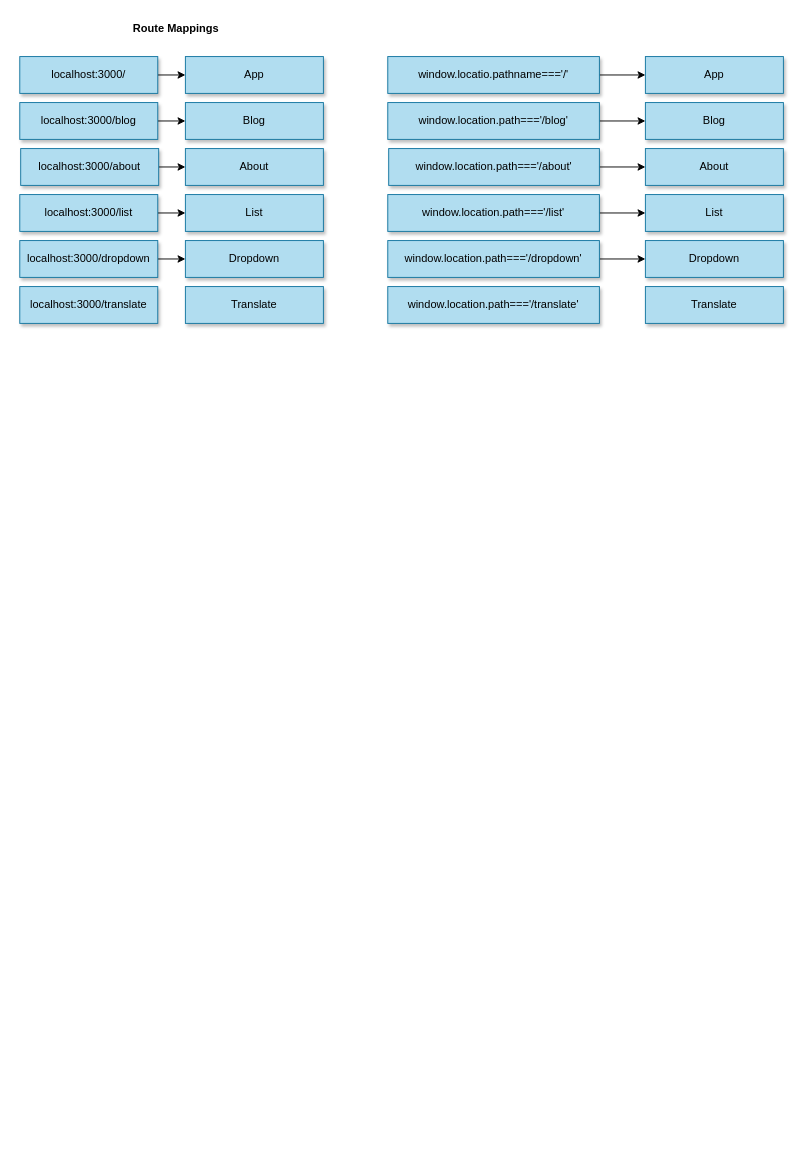
This is page "Navigation/Route Mappings" (3 of 5) of Porfolio App Diagram.drawio from khanhqthai/porfolio-app, a draw.io file, before an edit. Source tidied: cells renumbered, new cells numbered last; positions are measured from the earlier drawing's top-left corner, leaving out a move shared by most shapes. Both pictures are drawn from the tidied source at 92%, with x=0, y=0 at pixel (19, 19).
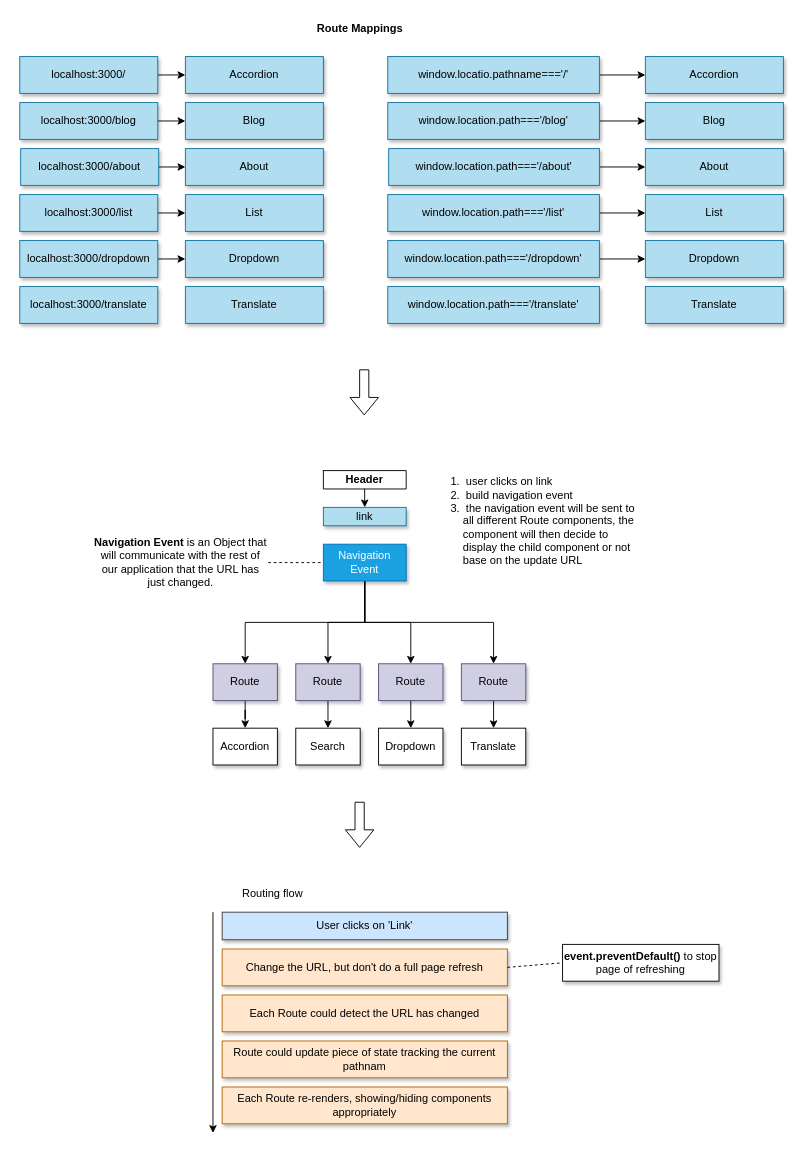
The same diagram, later.

Diff of the diagram source:
```diff
@@
     <mxCell id="2" value="&lt;b&gt;Route Mappings&lt;br&gt;&lt;/b&gt;" style="text;html=1;strokeColor=none;fillColor=none;align=center;verticalAlign=middle;whiteSpace=wrap;rounded=0;shadow=1;glass=0;sketch=0;" parent="1" vertex="1">
-      <mxGeometry x="70" width="200" height="20" as="geometry" />
+      <mxGeometry x="270" width="200" height="20" as="geometry" />
     </mxCell>
@@
-    <mxCell id="14" value="App" style="rounded=0;whiteSpace=wrap;html=1;shadow=1;glass=0;sketch=0;strokeColor=#10739e;fillColor=#b1ddf0;align=center;" parent="1" vertex="1">
+    <mxCell id="14" value="Accordion" style="rounded=0;whiteSpace=wrap;html=1;shadow=1;glass=0;sketch=0;strokeColor=#10739e;fillColor=#b1ddf0;align=center;" parent="1" vertex="1">
       <mxGeometry x="180" y="40" width="150" height="40" as="geometry" />
     </mxCell>
@@
-    <mxCell id="31" value="App" style="rounded=0;whiteSpace=wrap;html=1;shadow=1;glass=0;sketch=0;strokeColor=#10739e;fillColor=#b1ddf0;align=center;" parent="1" vertex="1">
+    <mxCell id="31" value="Accordion" style="rounded=0;whiteSpace=wrap;html=1;shadow=1;glass=0;sketch=0;strokeColor=#10739e;fillColor=#b1ddf0;align=center;" parent="1" vertex="1">
       <mxGeometry x="680" y="40" width="150" height="40" as="geometry" />
     </mxCell>
@@
+    <mxCell id="37" style="shape=table;html=1;whiteSpace=wrap;startSize=0;childLayout=tableLayout;" parent="1" vertex="1">
+      <mxGeometry x="330" y="490" width="90" height="20" as="geometry" />
+    </mxCell>
+    <mxCell id="38" style="shape=partialRectangle;html=1;whiteSpace=wrap;fillColor=none;top=0;left=0;bottom=0;right=0;points=[[0,0.5],[1,0.5]];portConstraint=eastwest;" parent="37" vertex="1">
+      <mxGeometry width="90" height="20" as="geometry" />
+    </mxCell>
+    <mxCell id="39" value="&lt;b&gt;Header&lt;/b&gt;" style="shape=partialRectangle;html=1;whiteSpace=wrap;overflow=hidden;fillColor=none;top=0;left=0;bottom=0;right=0;" parent="38" vertex="1">
+      <mxGeometry width="90" height="20" as="geometry" />
+    </mxCell>
+    <mxCell id="40" value="link" style="rounded=0;whiteSpace=wrap;html=1;shadow=1;glass=0;sketch=0;strokeColor=#10739e;fillColor=#b1ddf0;align=center;" parent="1" vertex="1">
+      <mxGeometry x="330" y="530" width="90" height="20" as="geometry" />
+    </mxCell>
+    <mxCell id="41" style="endArrow=classic;html=1;entryX=0.5;entryY=0;entryDx=0;entryDy=0;exitX=0.498;exitY=0.986;exitDx=0;exitDy=0;exitPerimeter=0;" parent="1" edge="1" source="38" target="40">
+      <mxGeometry relative="1" as="geometry" />
+    </mxCell>
+    <mxCell id="42" style="edgeStyle=orthogonalEdgeStyle;rounded=0;jettySize=auto;html=1;exitX=0.5;exitY=1;exitDx=0;exitDy=0;" parent="1" edge="1" source="43" target="50">
+      <mxGeometry relative="1" as="geometry" />
+    </mxCell>
+    <mxCell id="43" value="Route" style="rounded=0;whiteSpace=wrap;html=1;shadow=1;glass=0;sketch=0;strokeColor=#56517e;fillColor=#d0cee2;align=center;" parent="1" vertex="1">
+      <mxGeometry x="210" y="700" width="70" height="40" as="geometry" />
+    </mxCell>
+    <mxCell id="44" style="edgeStyle=orthogonalEdgeStyle;rounded=0;jettySize=auto;html=1;exitX=0.5;exitY=1;exitDx=0;exitDy=0;entryX=0.5;entryY=0;entryDx=0;entryDy=0;" parent="1" edge="1" source="45" target="51">
+      <mxGeometry relative="1" as="geometry" />
+    </mxCell>
+    <mxCell id="45" value="Route" style="rounded=0;whiteSpace=wrap;html=1;shadow=1;glass=0;sketch=0;strokeColor=#56517e;fillColor=#d0cee2;align=center;" parent="1" vertex="1">
+      <mxGeometry x="300" y="700" width="70" height="40" as="geometry" />
+    </mxCell>
+    <mxCell id="46" style="edgeStyle=orthogonalEdgeStyle;rounded=0;jettySize=auto;html=1;exitX=0.5;exitY=1;exitDx=0;exitDy=0;entryX=0.5;entryY=0;entryDx=0;entryDy=0;" parent="1" edge="1" source="47" target="52">
+      <mxGeometry relative="1" as="geometry" />
+    </mxCell>
+    <mxCell id="47" value="Route" style="rounded=0;whiteSpace=wrap;html=1;shadow=1;glass=0;sketch=0;strokeColor=#56517e;fillColor=#d0cee2;align=center;" parent="1" vertex="1">
+      <mxGeometry x="390" y="700" width="70" height="40" as="geometry" />
+    </mxCell>
+    <mxCell id="48" style="edgeStyle=orthogonalEdgeStyle;rounded=0;jettySize=auto;html=1;exitX=0.5;exitY=1;exitDx=0;exitDy=0;entryX=0.5;entryY=0;entryDx=0;entryDy=0;" parent="1" edge="1" source="49" target="53">
+      <mxGeometry relative="1" as="geometry" />
+    </mxCell>
+    <mxCell id="49" value="Route" style="rounded=0;whiteSpace=wrap;html=1;shadow=1;glass=0;sketch=0;strokeColor=#56517e;fillColor=#d0cee2;align=center;" parent="1" vertex="1">
+      <mxGeometry x="480" y="700" width="70" height="40" as="geometry" />
+    </mxCell>
+    <mxCell id="50" value="Accordion" style="rounded=0;whiteSpace=wrap;html=1;shadow=1;glass=0;sketch=0;align=center;" parent="1" vertex="1">
+      <mxGeometry x="210" y="770" width="70" height="40" as="geometry" />
+    </mxCell>
+    <mxCell id="51" value="Search" style="rounded=0;whiteSpace=wrap;html=1;shadow=1;glass=0;sketch=0;align=center;" parent="1" vertex="1">
+      <mxGeometry x="300" y="770" width="70" height="40" as="geometry" />
+    </mxCell>
+    <mxCell id="52" value="Dropdown" style="rounded=0;whiteSpace=wrap;html=1;shadow=1;glass=0;sketch=0;align=center;" parent="1" vertex="1">
+      <mxGeometry x="390" y="770" width="70" height="40" as="geometry" />
+    </mxCell>
+    <mxCell id="53" value="Translate" style="rounded=0;whiteSpace=wrap;html=1;shadow=1;glass=0;sketch=0;align=center;" parent="1" vertex="1">
+      <mxGeometry x="480" y="770" width="70" height="40" as="geometry" />
+    </mxCell>
+    <mxCell id="54" style="edgeStyle=orthogonalEdgeStyle;rounded=0;jettySize=auto;html=1;exitX=0.5;exitY=1;exitDx=0;exitDy=0;entryX=0.5;entryY=0;entryDx=0;entryDy=0;" parent="1" edge="1" source="58" target="43">
+      <mxGeometry relative="1" as="geometry" />
+    </mxCell>
+    <mxCell id="55" style="edgeStyle=orthogonalEdgeStyle;rounded=0;jettySize=auto;html=1;exitX=0.5;exitY=1;exitDx=0;exitDy=0;entryX=0.5;entryY=0;entryDx=0;entryDy=0;" parent="1" edge="1" source="58" target="45">
+      <mxGeometry relative="1" as="geometry" />
+    </mxCell>
+    <mxCell id="56" style="edgeStyle=orthogonalEdgeStyle;rounded=0;jettySize=auto;html=1;exitX=0.5;exitY=1;exitDx=0;exitDy=0;entryX=0.5;entryY=0;entryDx=0;entryDy=0;" parent="1" edge="1" source="58" target="47">
+      <mxGeometry relative="1" as="geometry" />
+    </mxCell>
+    <mxCell id="57" style="edgeStyle=orthogonalEdgeStyle;rounded=0;jettySize=auto;html=1;exitX=0.5;exitY=1;exitDx=0;exitDy=0;entryX=0.5;entryY=0;entryDx=0;entryDy=0;" parent="1" edge="1" source="58" target="49">
+      <mxGeometry relative="1" as="geometry" />
+    </mxCell>
+    <mxCell id="58" value="&lt;div&gt;Navigation&lt;/div&gt;&lt;div&gt;Event&lt;br&gt;&lt;/div&gt;" style="rounded=0;whiteSpace=wrap;html=1;shadow=1;glass=0;sketch=0;strokeColor=#006EAF;fillColor=#1ba1e2;align=center;fontColor=#ffffff;" parent="1" vertex="1">
+      <mxGeometry x="330" y="570" width="90" height="40" as="geometry" />
+    </mxCell>
+    <mxCell id="59" value="&lt;ol&gt;&lt;li&gt;&amp;nbsp;user clicks on link&lt;/li&gt;&lt;li&gt;&amp;nbsp;build navigation event&lt;/li&gt;&lt;li&gt;&amp;nbsp;the navigation event will be sent to all different Route components, the component will then decide to display the child component or not base on the update URL&lt;br&gt;&lt;/li&gt;&lt;/ol&gt;" style="text;html=1;strokeColor=none;fillColor=none;align=left;verticalAlign=middle;whiteSpace=wrap;rounded=0;shadow=1;glass=0;sketch=0;" parent="1" vertex="1">
+      <mxGeometry x="440" y="490" width="240" height="110" as="geometry" />
+    </mxCell>
+    <mxCell id="60" value="&lt;b&gt;Navigation Event&lt;/b&gt; is an Object that will communicate with the rest of our application that the URL has just changed." style="text;html=1;strokeColor=none;fillColor=none;align=center;verticalAlign=middle;whiteSpace=wrap;rounded=0;shadow=1;glass=0;sketch=0;" parent="1" vertex="1">
+      <mxGeometry x="80" y="560" width="190" height="60" as="geometry" />
+    </mxCell>
+    <mxCell id="61" style="endArrow=none;dashed=1;html=1;entryX=0;entryY=0.5;entryDx=0;entryDy=0;exitX=1;exitY=0.5;exitDx=0;exitDy=0;" parent="1" edge="1" source="60" target="58">
+      <mxGeometry relative="1" as="geometry" />
+    </mxCell>
+    <mxCell id="62" value="User clicks on 'Link'" style="rounded=0;whiteSpace=wrap;html=1;strokeColor=#36393d;fillColor=#cce5ff;shadow=1;" parent="1" vertex="1">
+      <mxGeometry x="220" y="970" width="310" height="30" as="geometry" />
+    </mxCell>
+    <mxCell id="63" value="Change the URL, but don't do a full page refresh" style="rounded=0;whiteSpace=wrap;html=1;strokeColor=#b46504;fillColor=#FFE6CC;shadow=1;" parent="1" vertex="1">
+      <mxGeometry x="220" y="1010" width="310" height="40" as="geometry" />
+    </mxCell>
+    <mxCell id="64" value="Each Route could detect the URL has changed" style="rounded=0;whiteSpace=wrap;html=1;strokeColor=#b46504;fillColor=#FFE6CC;shadow=1;" parent="1" vertex="1">
+      <mxGeometry x="220" y="1060" width="310" height="40" as="geometry" />
+    </mxCell>
+    <mxCell id="65" style="endArrow=classic;html=1;" parent="1" edge="1">
+      <mxGeometry relative="1" as="geometry">
+        <mxPoint x="210" y="970" as="sourcePoint" />
+        <mxPoint x="210" y="1210" as="targetPoint" />
+      </mxGeometry>
+    </mxCell>
+    <mxCell id="66" value="Routing flow" style="text;html=1;strokeColor=none;fillColor=none;align=center;verticalAlign=middle;whiteSpace=wrap;rounded=0;" parent="1" vertex="1">
+      <mxGeometry x="220" y="940" width="110" height="20" as="geometry" />
+    </mxCell>
+    <mxCell id="67" style="shape=flexArrow;endArrow=classic;html=1;" parent="1" edge="1">
+      <mxGeometry relative="1" as="geometry">
+        <mxPoint x="374.4" y="380" as="sourcePoint" />
+        <mxPoint x="374.4" y="430" as="targetPoint" />
+      </mxGeometry>
+    </mxCell>
+    <mxCell id="68" style="shape=flexArrow;endArrow=classic;html=1;" parent="1" edge="1">
+      <mxGeometry relative="1" as="geometry">
+        <mxPoint x="369.4" y="850" as="sourcePoint" />
+        <mxPoint x="369.4" y="900" as="targetPoint" />
+      </mxGeometry>
+    </mxCell>
+    <mxCell id="69" value="&lt;b&gt;event.preventDefault()&lt;/b&gt; to stop page of refreshing" style="text;html=1;align=center;verticalAlign=middle;whiteSpace=wrap;rounded=0;shadow=1;glass=0;sketch=0;fillColor=#ffffff;strokeColor=#000000;" parent="1" vertex="1">
+      <mxGeometry x="590" y="1005" width="170" height="40" as="geometry" />
+    </mxCell>
+    <mxCell id="70" style="endArrow=none;dashed=1;html=1;exitX=1;exitY=0.5;exitDx=0;exitDy=0;entryX=0;entryY=0.5;entryDx=0;entryDy=0;" parent="1" edge="1" source="63" target="69">
+      <mxGeometry relative="1" as="geometry" />
+    </mxCell>
+    <mxCell id="71" value="Route could update piece of state tracking the current pathnam" style="rounded=0;whiteSpace=wrap;html=1;strokeColor=#b46504;fillColor=#FFE6CC;shadow=1;" parent="1" vertex="1">
+      <mxGeometry x="220" y="1110" width="310" height="40" as="geometry" />
+    </mxCell>
+    <mxCell id="72" value="Each Route re-renders, showing/hiding components appropriately" style="rounded=0;whiteSpace=wrap;html=1;strokeColor=#b46504;fillColor=#FFE6CC;shadow=1;" parent="1" vertex="1">
+      <mxGeometry x="220" y="1160" width="310" height="40" as="geometry" />
+    </mxCell>
```
